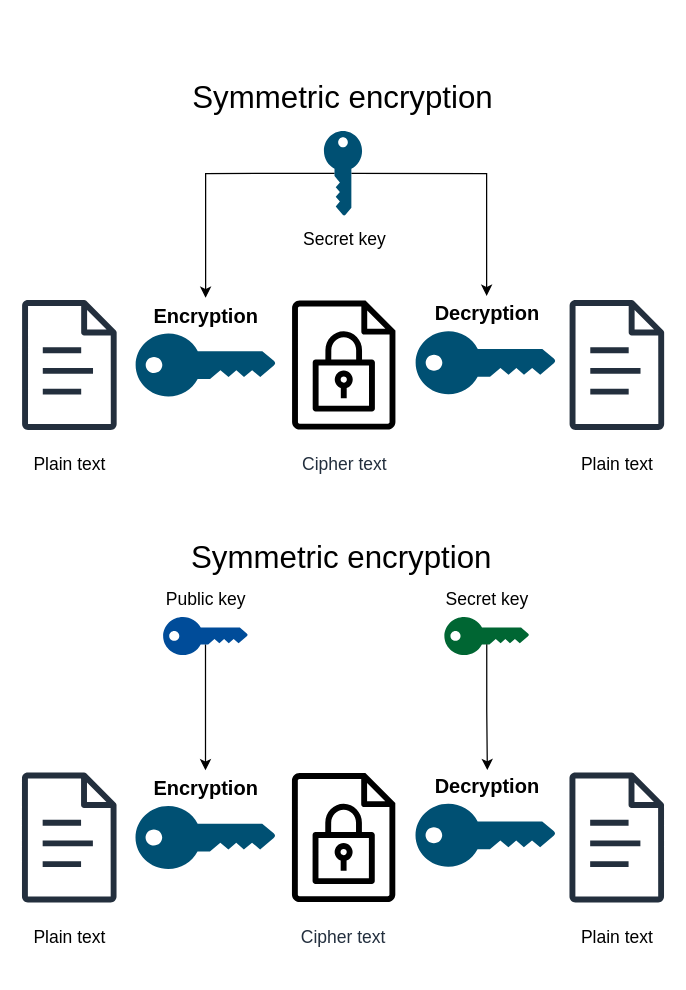
ippapi/diagram keeps this draw.io diagram as page "Page-2" (2 of 3) of encrypt_decrypt.drawio. Above is the earlier version. Source tidied: cells renumbered, new cells numbered last; positions are measured from the earlier drawing's top-left corner, leaving out a move shared by most shapes. Both pictures are drawn from the tidied source at 125%, with x=0, y=0 at pixel (21, 21).
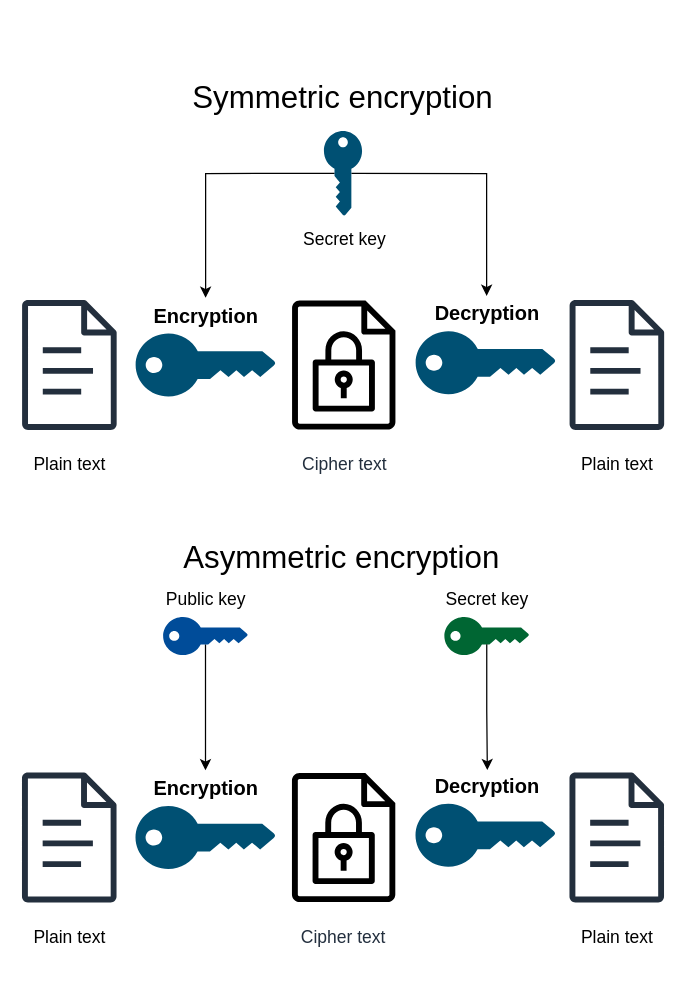
The same page after the edit.

What changed in the source:
```diff
@@
-    <mxCell id="18" value="&lt;font style=&quot;font-size: 25px;&quot;&gt;Symmetric encryption&lt;/font&gt;" style="whiteSpace=wrap;html=1;fillColor=default;strokeColor=none;" parent="1" vertex="1">
+    <mxCell id="18" value="&lt;font style=&quot;font-size: 25px;&quot;&gt;Asymmetric encryption&lt;/font&gt;" style="whiteSpace=wrap;html=1;fillColor=default;strokeColor=none;" parent="1" vertex="1">
       <mxGeometry x="75.4" y="368" width="362" height="118" as="geometry" />
     </mxCell>
```
